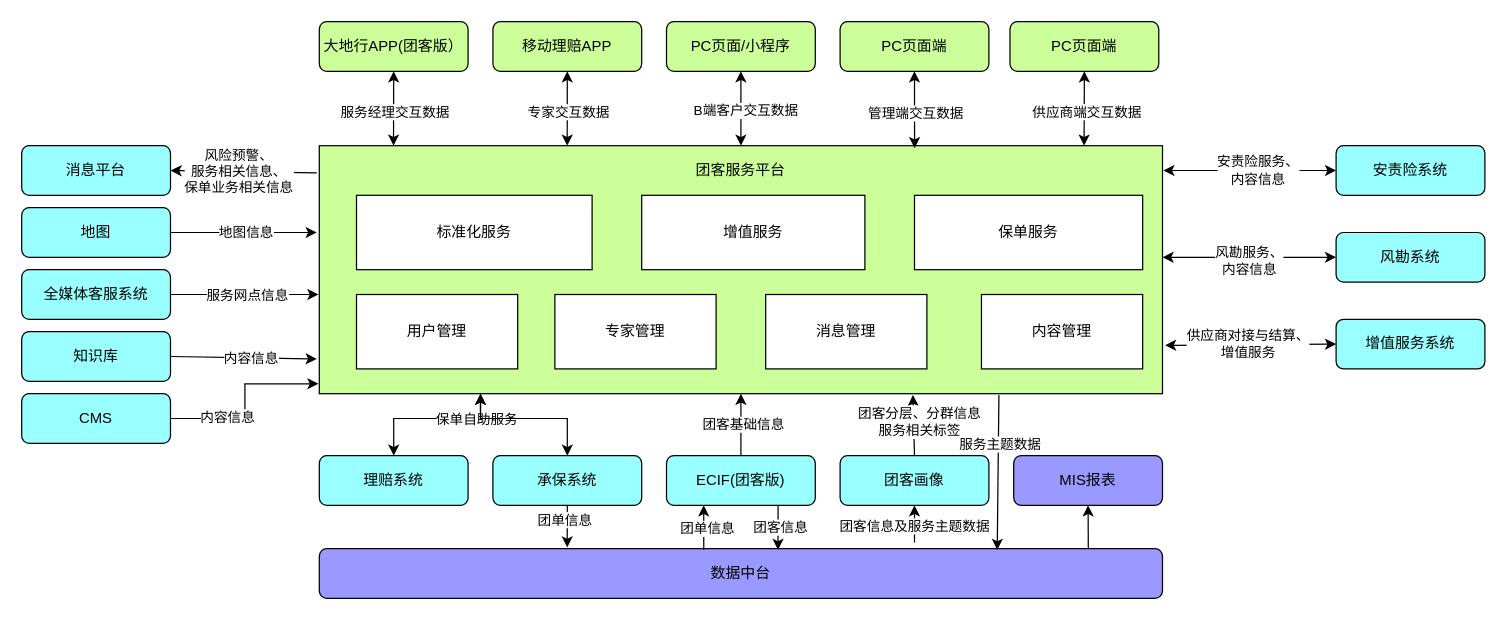
This is 团客总体设计.drawio from loc1129/tech, a draw.io file, before an edit. Source tidied: cells renumbered, new cells numbered last; positions are measured from the earlier drawing's top-left corner, leaving out a move shared by most shapes. Both pictures are drawn from the tidied source at 124%, with x=0, y=0 at pixel (21, 21).
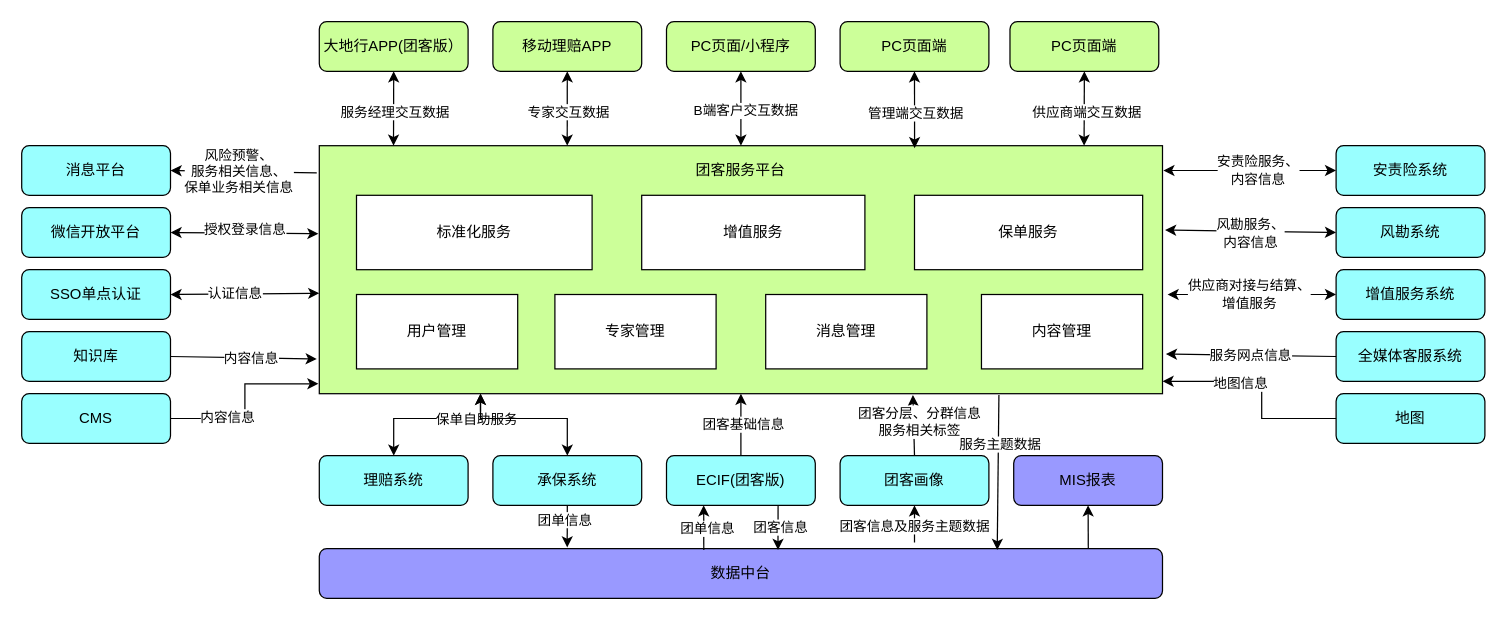
The same page after the edit.

Commit message:
更新团客总体设计.drawio

The change refers to these unchanged cells:
```xml
<mxCell id="2" style="rounded=0;whiteSpace=wrap;html=1;fillColor=#CCFF99;" parent="1" vertex="1">
  <mxGeometry x="240" y="100" width="680" height="200" as="geometry" />
</mxCell>
```

Diff of the diagram source:
```diff
@@
     <mxCell id="18" value="地图" style="rounded=1;whiteSpace=wrap;html=1;fillColor=#99FFFF;" parent="1" vertex="1">
-      <mxGeometry y="150" width="120" height="40" as="geometry" />
+      <mxGeometry x="1060" y="300" width="120" height="40" as="geometry" />
     </mxCell>
@@
     <mxCell id="21" value="风勘系统" style="rounded=1;whiteSpace=wrap;html=1;fillColor=#99FFFF;" parent="1" vertex="1">
-      <mxGeometry x="1060" y="170" width="120" height="40" as="geometry" />
+      <mxGeometry x="1060" y="150" width="120" height="40" as="geometry" />
     </mxCell>
     <mxCell id="22" value="增值服务系统" style="rounded=1;whiteSpace=wrap;html=1;fillColor=#99FFFF;" parent="1" vertex="1">
-      <mxGeometry x="1060" y="240" width="120" height="40" as="geometry" />
+      <mxGeometry x="1060" y="200" width="120" height="40" as="geometry" />
     </mxCell>
@@
-    <mxCell id="25" style="endArrow=classic;html=1;rounded=0;exitX=1;exitY=0.5;exitDx=0;exitDy=0;entryX=-0.003;entryY=0.35;entryDx=0;entryDy=0;entryPerimeter=0;" parent="1" edge="1" source="18" target="2">
-      <mxGeometry relative="1" as="geometry" />
+    <mxCell id="25" style="endArrow=classic;html=1;rounded=0;exitX=0;exitY=0.5;exitDx=0;exitDy=0;entryX=1.006;entryY=0.97;entryDx=0;entryDy=0;entryPerimeter=0;" parent="1" edge="1" source="18">
+      <mxGeometry relative="1" as="geometry">
+        <mxPoint x="920" y="290" as="targetPoint" />
+        <Array as="points">
+          <mxPoint x="1000" y="320" />
+          <mxPoint x="1000" y="290" />
+        </Array>
+      </mxGeometry>
     </mxCell>
@@
-    <mxCell id="31" style="endArrow=classic;startArrow=classic;html=1;rounded=0;entryX=0;entryY=0.5;entryDx=0;entryDy=0;" parent="1" edge="1" target="21">
-      <mxGeometry relative="1" as="geometry">
-        <mxPoint x="920" y="190" as="sourcePoint" />
-      </mxGeometry>
+    <mxCell id="31" style="endArrow=classic;startArrow=classic;html=1;rounded=0;entryX=0;entryY=0.5;entryDx=0;entryDy=0;exitX=1.003;exitY=0.34;exitDx=0;exitDy=0;exitPerimeter=0;" parent="1" edge="1" source="2" target="21">
+      <mxGeometry relative="1" as="geometry" />
     </mxCell>
@@
-    <mxCell id="33" style="endArrow=classic;startArrow=classic;html=1;rounded=0;exitX=1.003;exitY=0.805;exitDx=0;exitDy=0;exitPerimeter=0;entryX=0;entryY=0.5;entryDx=0;entryDy=0;" parent="1" edge="1" source="2" target="22">
+    <mxCell id="33" style="endArrow=classic;startArrow=classic;html=1;rounded=0;exitX=1.006;exitY=0.6;exitDx=0;exitDy=0;exitPerimeter=0;entryX=0;entryY=0.5;entryDx=0;entryDy=0;" parent="1" edge="1" source="2" target="22">
       <mxGeometry relative="1" as="geometry" />
     </mxCell>
@@
     <mxCell id="55" value="全媒体客服系统" style="rounded=1;whiteSpace=wrap;html=1;fillColor=#99FFFF;" parent="1" vertex="1">
-      <mxGeometry y="200" width="120" height="40" as="geometry" />
+      <mxGeometry x="1060" y="250" width="120" height="40" as="geometry" />
     </mxCell>
-    <mxCell id="56" style="endArrow=classic;html=1;rounded=0;exitX=1;exitY=0.5;exitDx=0;exitDy=0;entryX=-0.001;entryY=0.6;entryDx=0;entryDy=0;entryPerimeter=0;" parent="1" edge="1" source="55" target="2">
+    <mxCell id="56" style="endArrow=classic;html=1;rounded=0;entryX=1.004;entryY=0.84;entryDx=0;entryDy=0;entryPerimeter=0;exitX=0;exitY=0.5;exitDx=0;exitDy=0;" parent="1" edge="1" source="55" target="2">
       <mxGeometry relative="1" as="geometry" />
     </mxCell>
@@
+    <mxCell id="74" value="SSO单点认证" style="rounded=1;whiteSpace=wrap;html=1;fillColor=#99FFFF;" parent="1" vertex="1">
+      <mxGeometry y="200" width="120" height="40" as="geometry" />
+    </mxCell>
+    <mxCell id="75" style="endArrow=classic;startArrow=classic;html=1;rounded=0;exitX=1;exitY=0.5;exitDx=0;exitDy=0;entryX=0;entryY=0.595;entryDx=0;entryDy=0;entryPerimeter=0;" parent="1" edge="1" source="74" target="2">
+      <mxGeometry relative="1" as="geometry" />
+    </mxCell>
+    <mxCell id="76" value="认证信息" style="edgeLabel;html=1;align=center;verticalAlign=middle;" parent="75" vertex="1">
+      <mxGeometry x="-0.13" y="1" relative="1" as="geometry" />
+    </mxCell>
+    <mxCell id="77" value="微信开放平台" style="rounded=1;whiteSpace=wrap;html=1;fillColor=#99FFFF;" parent="1" vertex="1">
+      <mxGeometry y="150" width="120" height="40" as="geometry" />
+    </mxCell>
+    <mxCell id="78" style="endArrow=classic;startArrow=classic;html=1;rounded=0;exitX=1;exitY=0.5;exitDx=0;exitDy=0;entryX=-0.001;entryY=0.355;entryDx=0;entryDy=0;entryPerimeter=0;" parent="1" edge="1" source="77" target="2">
+      <mxGeometry relative="1" as="geometry" />
+    </mxCell>
+    <mxCell id="79" value="授权登录信息" style="edgeLabel;html=1;align=center;verticalAlign=middle;" parent="78" vertex="1">
+      <mxGeometry x="-0.01" y="3" relative="1" as="geometry" />
+    </mxCell>
```
